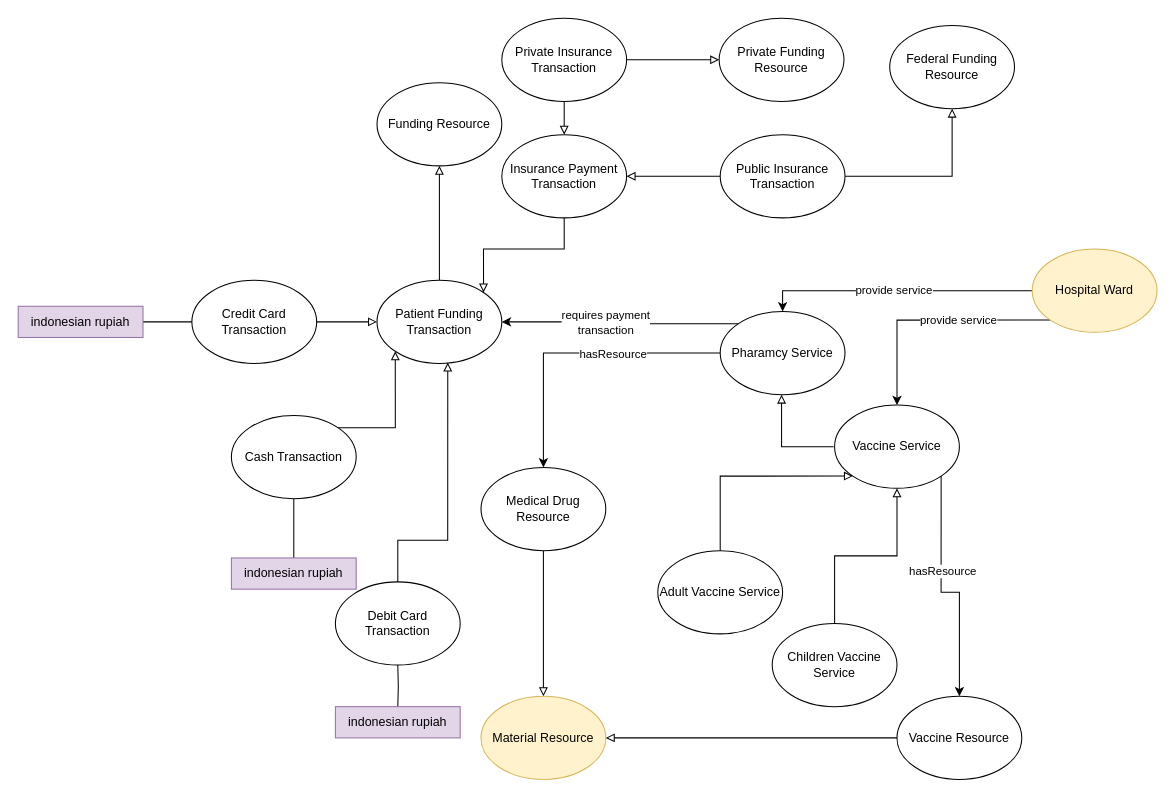
Before: page "Services" (4 of 6) of UPdate_ontology_Diagram_3.1.drawio in irhamniali/OGD_health, a draw.io diagram. Source tidied: cells renumbered, new cells numbered last; positions are measured from the earlier drawing's top-left corner, leaving out a move shared by most shapes. Both pictures are drawn from the tidied source at 104%, with x=0, y=0 at pixel (18, 18).
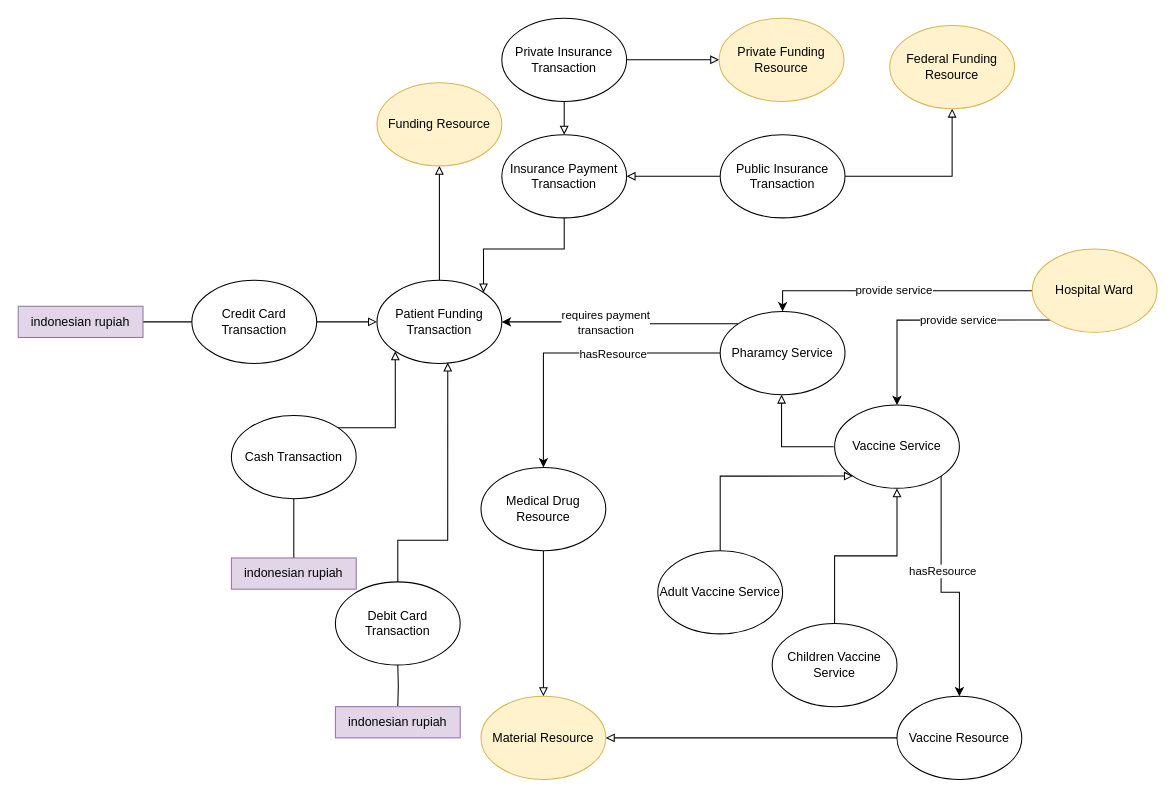
Above is the later version.

Diff of the diagram source:
```diff
@@
-    <mxCell id="27" value="Funding Resource" style="ellipse;whiteSpace=wrap;html=1;" parent="1" vertex="1">
+    <mxCell id="27" value="Funding Resource" style="ellipse;whiteSpace=wrap;html=1;fillColor=#fff2cc;strokeColor=#d6b656;" parent="1" vertex="1">
       <mxGeometry x="345" y="62" width="120" height="80" as="geometry" />
     </mxCell>
@@
-    <mxCell id="43" value="Private Funding Resource" style="ellipse;whiteSpace=wrap;html=1;" parent="1" vertex="1">
+    <mxCell id="43" value="Private Funding Resource" style="ellipse;whiteSpace=wrap;html=1;fillColor=#fff2cc;strokeColor=#d6b656;" parent="1" vertex="1">
       <mxGeometry x="674" width="120" height="80" as="geometry" />
     </mxCell>
-    <mxCell id="44" value="Federal Funding Resource" style="ellipse;whiteSpace=wrap;html=1;" parent="1" vertex="1">
+    <mxCell id="44" value="Federal Funding Resource" style="ellipse;whiteSpace=wrap;html=1;fillColor=#fff2cc;strokeColor=#d6b656;" parent="1" vertex="1">
       <mxGeometry x="838" y="7" width="120" height="80" as="geometry" />
     </mxCell>
```
